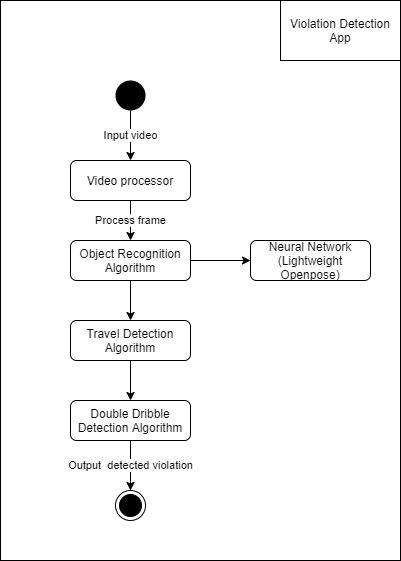
Earlier version of the draw.io export tex/img/program_architecture.png (LukasCed/basketball-rules-violation-thesis). Source tidied: cells renumbered, new cells last; positions are measured from the earlier drawing's top-left corner, leaving out a move shared by most shapes. The source it was exported from:
```xml
<mxGraphModel>
  <root>
    <mxCell id="0" />
    <mxCell id="1" parent="0" />
    <mxCell id="2" style="rounded=0;whiteSpace=wrap;html=1;" parent="1" vertex="1">
      <mxGeometry width="400" height="560" as="geometry" />
    </mxCell>
    <mxCell id="3" value="Process frame" style="edgeStyle=orthogonalEdgeStyle;rounded=0;jettySize=auto;html=1;exitX=0.5;exitY=1;exitDx=0;exitDy=0;entryX=0.5;entryY=0;entryDx=0;entryDy=0;" parent="1" edge="1" source="4" target="9">
      <mxGeometry relative="1" as="geometry" />
    </mxCell>
    <mxCell id="4" value="Video processor" style="rounded=1;whiteSpace=wrap;html=1;fontSize=12;glass=0;strokeWidth=1;shadow=0;" parent="1" vertex="1">
      <mxGeometry x="70" y="160" width="120" height="40" as="geometry" />
    </mxCell>
    <mxCell id="5" value="Input video" style="edgeStyle=orthogonalEdgeStyle;rounded=0;jettySize=auto;html=1;exitX=0.5;exitY=1;exitDx=0;exitDy=0;entryX=0.5;entryY=0;entryDx=0;entryDy=0;" parent="1" edge="1" source="6" target="4">
      <mxGeometry relative="1" as="geometry" />
    </mxCell>
    <mxCell id="6" style="ellipse;fillColor=#000000;strokeColor=none;" parent="1" vertex="1">
      <mxGeometry x="115" y="80" width="30" height="30" as="geometry" />
    </mxCell>
    <mxCell id="7" style="edgeStyle=orthogonalEdgeStyle;rounded=0;jettySize=auto;html=1;exitX=1;exitY=0.5;exitDx=0;exitDy=0;" parent="1" edge="1" source="9" target="10">
      <mxGeometry relative="1" as="geometry" />
    </mxCell>
    <mxCell id="8" style="edgeStyle=orthogonalEdgeStyle;rounded=0;jettySize=auto;html=1;exitX=0.5;exitY=1;exitDx=0;exitDy=0;entryX=0.5;entryY=0;entryDx=0;entryDy=0;" parent="1" edge="1" source="9" target="12">
      <mxGeometry relative="1" as="geometry" />
    </mxCell>
    <mxCell id="9" value="Object Recognition Algorithm" style="rounded=1;whiteSpace=wrap;html=1;fontSize=12;glass=0;strokeWidth=1;shadow=0;" parent="1" vertex="1">
      <mxGeometry x="70" y="240" width="120" height="40" as="geometry" />
    </mxCell>
    <mxCell id="10" value="Neural Network (Lightweight Openpose)" style="rounded=1;whiteSpace=wrap;html=1;fontSize=12;glass=0;strokeWidth=1;shadow=0;" parent="1" vertex="1">
      <mxGeometry x="250" y="240" width="120" height="40" as="geometry" />
    </mxCell>
    <mxCell id="11" style="edgeStyle=orthogonalEdgeStyle;rounded=0;jettySize=auto;html=1;exitX=0.5;exitY=1;exitDx=0;exitDy=0;entryX=0.5;entryY=0;entryDx=0;entryDy=0;" parent="1" edge="1" source="12" target="14">
      <mxGeometry relative="1" as="geometry" />
    </mxCell>
    <mxCell id="12" value="Travel Detection Algorithm" style="rounded=1;whiteSpace=wrap;html=1;fontSize=12;glass=0;strokeWidth=1;shadow=0;" parent="1" vertex="1">
      <mxGeometry x="70" y="320" width="120" height="40" as="geometry" />
    </mxCell>
    <mxCell id="13" value="Output&amp;nbsp; detected violation" style="edgeStyle=orthogonalEdgeStyle;rounded=0;jettySize=auto;html=1;exitX=0.5;exitY=1;exitDx=0;exitDy=0;" parent="1" edge="1" source="14">
      <mxGeometry relative="1" as="geometry">
        <mxPoint x="130" y="490" as="targetPoint" />
      </mxGeometry>
    </mxCell>
    <mxCell id="14" value="Double Dribble Detection Algorithm" style="rounded=1;whiteSpace=wrap;html=1;fontSize=12;glass=0;strokeWidth=1;shadow=0;" parent="1" vertex="1">
      <mxGeometry x="70" y="400" width="120" height="40" as="geometry" />
    </mxCell>
    <mxCell id="15" style="ellipse;html=1;shape=endState;fillColor=#000000;strokeColor=#000000;" parent="1" vertex="1">
      <mxGeometry x="115" y="490" width="30" height="30" as="geometry" />
    </mxCell>
    <mxCell id="16" value="Violation Detection App" style="rounded=0;whiteSpace=wrap;html=1;" parent="1" vertex="1">
      <mxGeometry x="280" width="120" height="60" as="geometry" />
    </mxCell>
  </root>
</mxGraphModel>
```
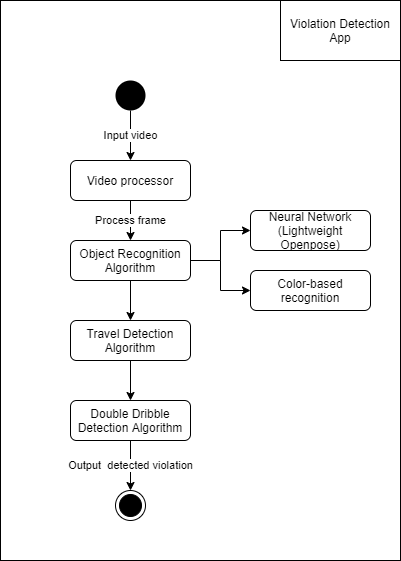
Later version of the same file.

Change to the diagram source:
```diff
@@ -23,11 +23,14 @@
     <mxCell id="8" style="edgeStyle=orthogonalEdgeStyle;rounded=0;jettySize=auto;html=1;exitX=0.5;exitY=1;exitDx=0;exitDy=0;entryX=0.5;entryY=0;entryDx=0;entryDy=0;" parent="1" edge="1" source="9" target="12">
       <mxGeometry relative="1" as="geometry" />
     </mxCell>
+    <mxCell id="17" style="edgeStyle=orthogonalEdgeStyle;rounded=0;jettySize=auto;html=1;exitX=1;exitY=0.5;exitDx=0;exitDy=0;" parent="1" edge="1" source="9" target="18">
+      <mxGeometry relative="1" as="geometry" />
+    </mxCell>
     <mxCell id="9" value="Object Recognition Algorithm" style="rounded=1;whiteSpace=wrap;html=1;fontSize=12;glass=0;strokeWidth=1;shadow=0;" parent="1" vertex="1">
       <mxGeometry x="70" y="240" width="120" height="40" as="geometry" />
     </mxCell>
     <mxCell id="10" value="Neural Network (Lightweight Openpose)" style="rounded=1;whiteSpace=wrap;html=1;fontSize=12;glass=0;strokeWidth=1;shadow=0;" parent="1" vertex="1">
-      <mxGeometry x="250" y="240" width="120" height="40" as="geometry" />
+      <mxGeometry x="250" y="210" width="120" height="40" as="geometry" />
     </mxCell>
     <mxCell id="11" style="edgeStyle=orthogonalEdgeStyle;rounded=0;jettySize=auto;html=1;exitX=0.5;exitY=1;exitDx=0;exitDy=0;entryX=0.5;entryY=0;entryDx=0;entryDy=0;" parent="1" edge="1" source="12" target="14">
       <mxGeometry relative="1" as="geometry" />
@@ -49,5 +52,8 @@
     <mxCell id="16" value="Violation Detection App" style="rounded=0;whiteSpace=wrap;html=1;" parent="1" vertex="1">
       <mxGeometry x="280" width="120" height="60" as="geometry" />
     </mxCell>
+    <mxCell id="18" value="Color-based recognition" style="rounded=1;whiteSpace=wrap;html=1;fontSize=12;glass=0;strokeWidth=1;shadow=0;" parent="1" vertex="1">
+      <mxGeometry x="250" y="270" width="120" height="40" as="geometry" />
+    </mxCell>
   </root>
 </mxGraphModel>
```
